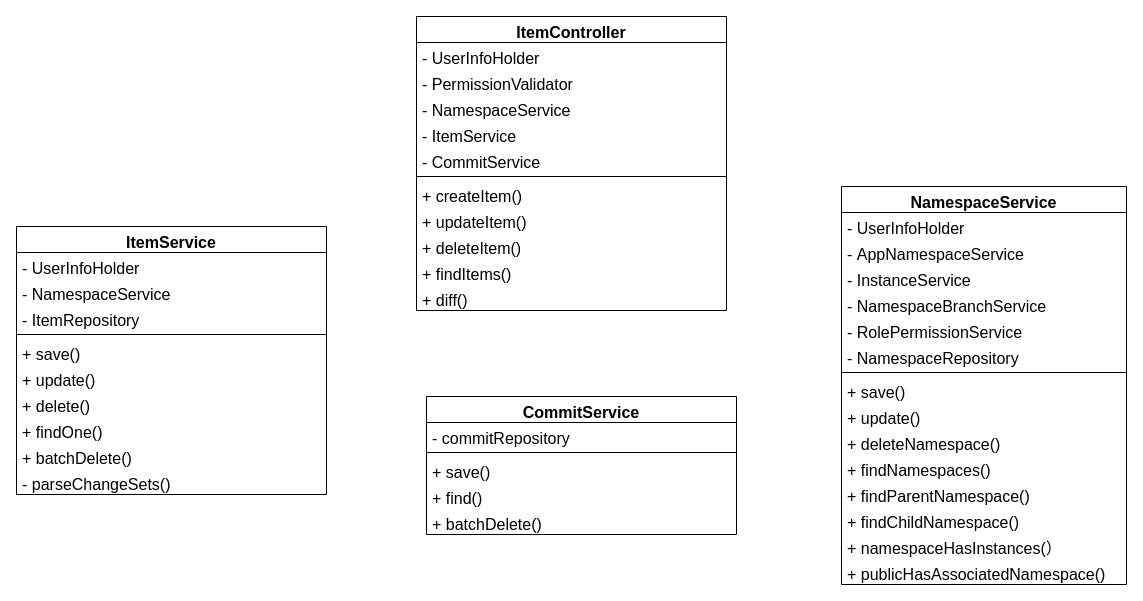
The draw.io diagram page "item" (3 of 13) of Untitled Diagram.drawio in WWj5921/ConfigCenter, before the edit. Source tidied: cells renumbered, new cells numbered last; positions are measured from the earlier drawing's top-left corner, leaving out a move shared by most shapes. Both pictures are drawn from the tidied source at 100%, with x=0, y=0 at pixel (16, 16).
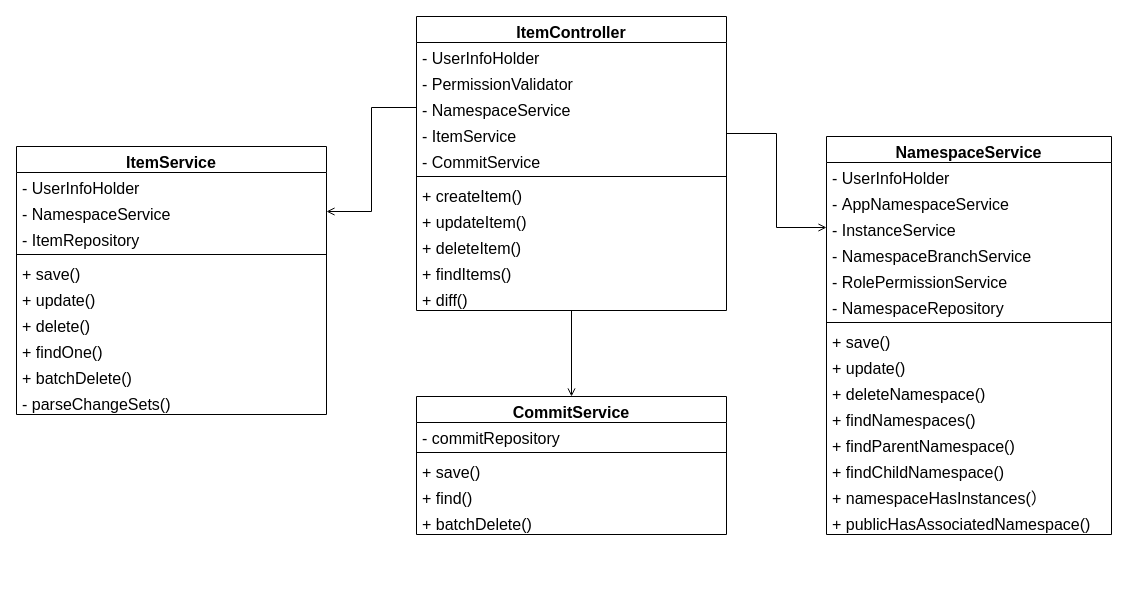
The same diagram, later.

The change refers to these unchanged cells:
```xml
<mxCell id="2" value="ItemController" style="swimlane;fontStyle=1;align=center;verticalAlign=top;horizontal=1;startSize=26;fontSize=16;" parent="1" vertex="1">
  <mxGeometry x="400" width="310" height="294" as="geometry" />
</mxCell>
<mxCell id="5" value="- NamespaceService" style="text;strokeColor=none;fillColor=none;align=left;verticalAlign=top;spacingLeft=4;spacingRight=4;overflow=hidden;points=[[0,0.5],[1,0.5]];portConstraint=eastwest;fontSize=16;" parent="2" vertex="1">
  <mxGeometry y="78" width="310" height="26" as="geometry" />
</mxCell>
<mxCell id="6" value="- ItemService" style="text;strokeColor=none;fillColor=none;align=left;verticalAlign=top;spacingLeft=4;spacingRight=4;overflow=hidden;points=[[0,0.5],[1,0.5]];portConstraint=eastwest;fontSize=16;" parent="2" vertex="1">
  <mxGeometry y="104" width="310" height="26" as="geometry" />
</mxCell>
<mxCell id="16" value="- NamespaceService" style="text;strokeColor=none;fillColor=none;align=left;verticalAlign=top;spacingLeft=4;spacingRight=4;overflow=hidden;points=[[0,0.5],[1,0.5]];portConstraint=eastwest;fontSize=16;" parent="14" vertex="1">
  <mxGeometry y="52" width="310" height="26" as="geometry" />
</mxCell>
<mxCell id="34" value="- InstanceService" style="text;strokeColor=none;fillColor=none;align=left;verticalAlign=top;spacingLeft=4;spacingRight=4;overflow=hidden;points=[[0,0.5],[1,0.5]];portConstraint=eastwest;fontSize=16;" parent="31" vertex="1">
  <mxGeometry y="78" width="285" height="26" as="geometry" />
</mxCell>
```

Diff of the diagram source:
```diff
@@
+    <mxCell id="47" style="edgeStyle=orthogonalEdgeStyle;rounded=0;jettySize=auto;html=1;fontFamily=Lucida Console;fontSize=16;fontColor=#001C38;startArrow=none;startFill=0;endArrow=open;endFill=0;strokeWidth=1;" parent="1" edge="1" source="2" target="25">
+      <mxGeometry relative="1" as="geometry" />
+    </mxCell>
@@
     <mxCell id="14" value="ItemService" style="swimlane;fontStyle=1;align=center;verticalAlign=top;horizontal=1;startSize=26;fontSize=16;" parent="1" vertex="1">
-      <mxGeometry y="210" width="310" height="268" as="geometry" />
+      <mxGeometry y="130" width="310" height="268" as="geometry" />
     </mxCell>
@@
     <mxCell id="25" value="CommitService" style="swimlane;fontStyle=1;align=center;verticalAlign=top;horizontal=1;startSize=26;fontSize=16;" parent="1" vertex="1">
-      <mxGeometry x="410" y="380" width="310" height="138" as="geometry" />
+      <mxGeometry x="400" y="380" width="310" height="138" as="geometry" />
     </mxCell>
@@
     <mxCell id="31" value="NamespaceService" style="swimlane;fontStyle=1;align=center;verticalAlign=top;horizontal=1;startSize=26;fontSize=16;" parent="1" vertex="1">
-      <mxGeometry x="825" y="170" width="285" height="398" as="geometry" />
+      <mxGeometry x="810" y="120" width="285" height="398" as="geometry" />
     </mxCell>
@@
+    <mxCell id="48" style="edgeStyle=orthogonalEdgeStyle;rounded=0;jettySize=auto;html=1;exitX=1;exitY=0.5;exitDx=0;exitDy=0;entryX=0;entryY=0.5;entryDx=0;entryDy=0;fontFamily=Lucida Console;fontSize=16;fontColor=#001C38;startArrow=none;startFill=0;endArrow=open;endFill=0;strokeWidth=1;" parent="1" edge="1" source="6" target="34">
+      <mxGeometry relative="1" as="geometry" />
+    </mxCell>
+    <mxCell id="49" style="edgeStyle=orthogonalEdgeStyle;rounded=0;jettySize=auto;html=1;exitX=0;exitY=0.5;exitDx=0;exitDy=0;entryX=1;entryY=0.5;entryDx=0;entryDy=0;fontFamily=Lucida Console;fontSize=16;fontColor=#001C38;startArrow=none;startFill=0;endArrow=open;endFill=0;strokeWidth=1;" parent="1" edge="1" source="5" target="16">
+      <mxGeometry relative="1" as="geometry" />
+    </mxCell>
```
